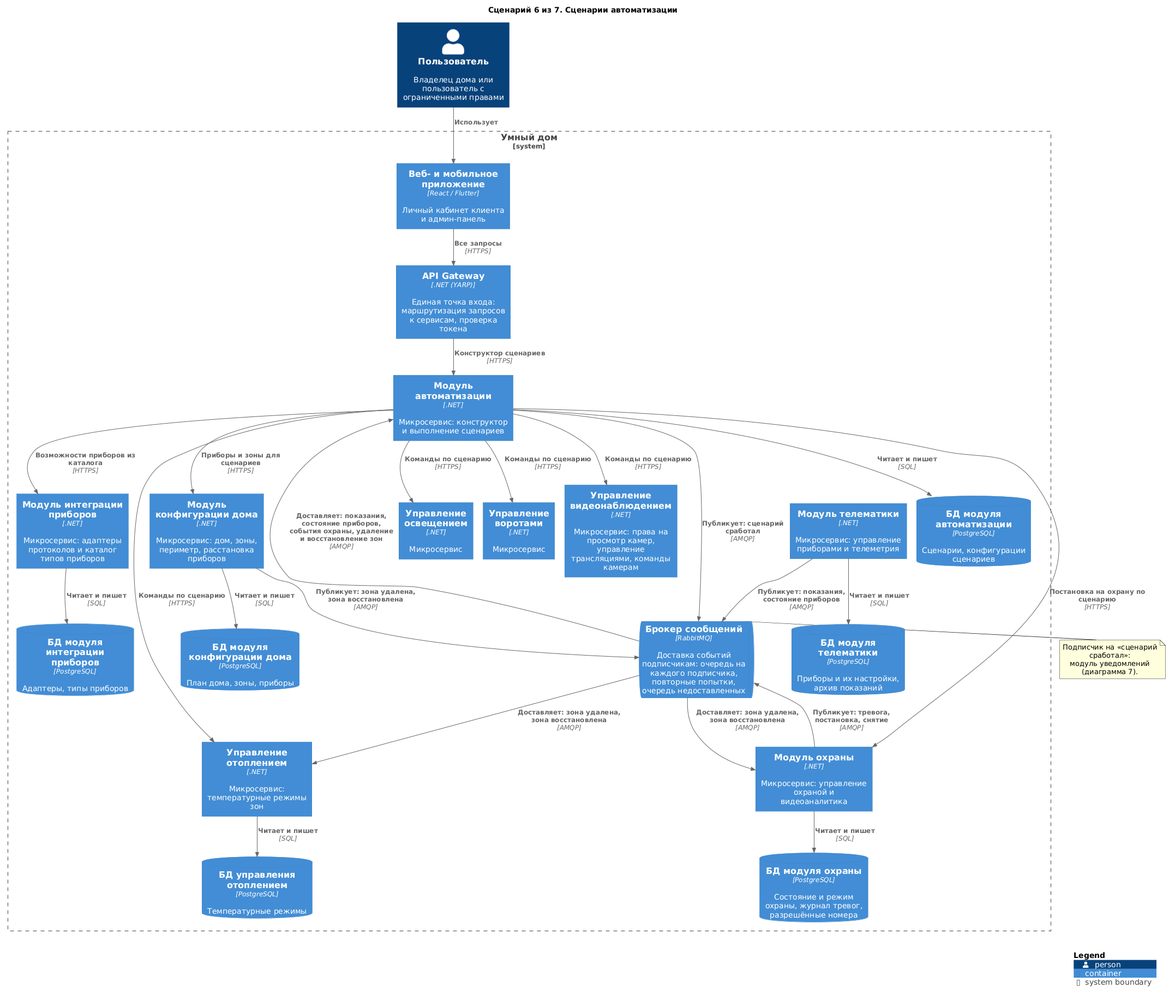
Before: diagrams/containers-scenarios/06-automation.png, a diagram exported from PlantUML (Lyamin-av/architecture-warmhouse).
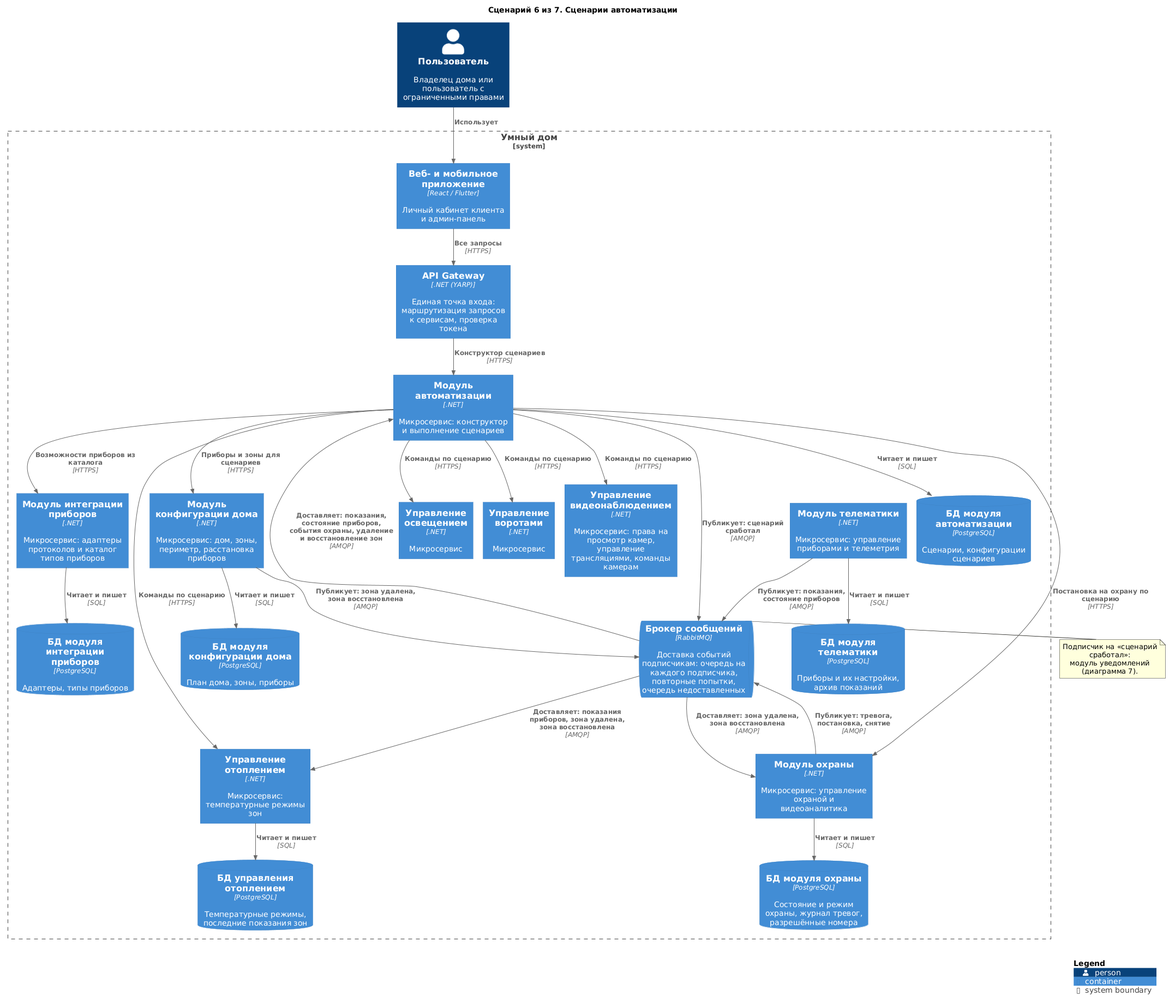
The same diagram one commit later.

Commit message:
C4: компоненты управления отоплением, показания через брокер, расписание в автоматизации

What changed in the source:
```diff
@@ -18,7 +18,7 @@
     Container(Security, "Модуль охраны", ".NET", "Микросервис: управление охраной и видеоаналитика")
     Container(Telematics, "Модуль телематики", ".NET", "Микросервис: управление приборами и телеметрия")
     ContainerQueue(Broker, "Брокер сообщений", "RabbitMQ", "Доставка событий подписчикам: очередь на каждого подписчика, повторные попытки, очередь недоставленных")
-    ContainerDb(dbHeating, "БД управления отоплением", "PostgreSQL", "Температурные режимы")
+    ContainerDb(dbHeating, "БД управления отоплением", "PostgreSQL", "Температурные режимы, последние показания зон")
     ContainerDb(dbSecurity, "БД модуля охраны", "PostgreSQL", "Состояние и режим охраны, журнал тревог, разрешённые номера")
     ContainerDb(dbTelematics, "БД модуля телематики", "PostgreSQL", "Приборы и их настройки, архив показаний")
     ContainerDb(dbDIS, "БД модуля интеграции приборов", "PostgreSQL", "Адаптеры, типы приборов")
@@ -54,7 +54,7 @@
 Rel(Automation, dbAuto, "Читает и пишет", "SQL")
 Rel(HouseConfigurator, dbHC, "Читает и пишет", "SQL")
 Rel(HouseConfigurator, Broker, "Публикует: зона удалена, зона восстановлена", "AMQP")
-Rel(Broker, Heating, "Доставляет: зона удалена, зона восстановлена", "AMQP")
+Rel(Broker, Heating, "Доставляет: показания приборов, зона удалена, зона восстановлена", "AMQP")
 Rel(Broker, Security, "Доставляет: зона удалена, зона восстановлена", "AMQP")
 
 SHOW_LEGEND()
```
